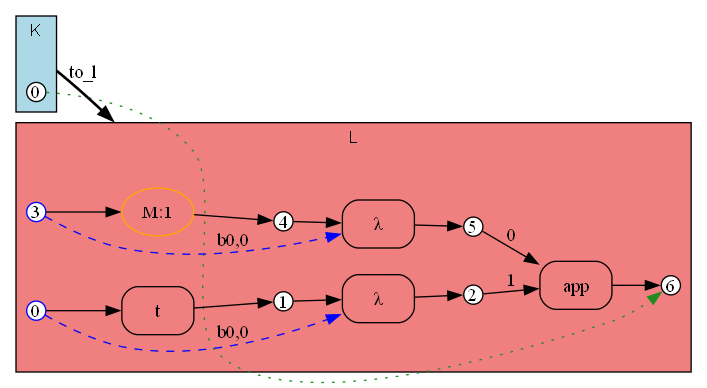
This is crates/bhyp/images/test_example_beta_rule_instance_v_to_lambda_x_tx/instantiated_rule_span_to_l.png from ammatsui/bhypvis, a Graphviz export, as it was before one commit. Its source is kept beside it as crates/bhyp/images/test_example_beta_rule_instance_v_to_lambda_x_tx/instantiated_rule_span_to_l.dot.
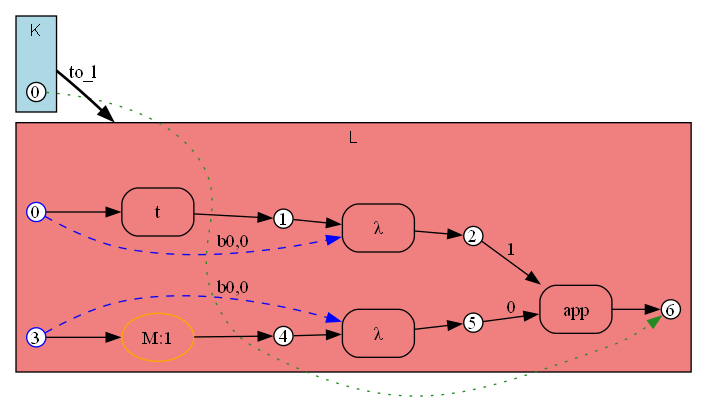
After the change.

What changed in the source:
```diff
@@ -24,30 +24,30 @@
     fontsize=12;
 
     cod_n1 [label="1", shape=circle, style=filled, fillcolor=white, color="black", width=0.2, height=0.2, fixedsize=true];
+    cod_n2 [label="2", shape=circle, style=filled, fillcolor=white, color="black", width=0.2, height=0.2, fixedsize=true];
+    cod_n4 [label="4", shape=circle, style=filled, fillcolor=white, color="black", width=0.2, height=0.2, fixedsize=true];
+    cod_n3 [label="3", shape=circle, style=filled, fillcolor=white, color="blue", width=0.2, height=0.2, fixedsize=true];
+    cod_n0 [label="0", shape=circle, style=filled, fillcolor=white, color="blue", width=0.2, height=0.2, fixedsize=true];
     cod_n6 [label="6", shape=circle, style=filled, fillcolor=white, color="black", width=0.2, height=0.2, fixedsize=true];
-    cod_n0 [label="0", shape=circle, style=filled, fillcolor=white, color="blue", width=0.2, height=0.2, fixedsize=true];
-    cod_n4 [label="4", shape=circle, style=filled, fillcolor=white, color="black", width=0.2, height=0.2, fixedsize=true];
-    cod_n2 [label="2", shape=circle, style=filled, fillcolor=white, color="black", width=0.2, height=0.2, fixedsize=true];
-    cod_n3 [label="3", shape=circle, style=filled, fillcolor=white, color="blue", width=0.2, height=0.2, fixedsize=true];
     cod_n5 [label="5", shape=circle, style=filled, fillcolor=white, color="black", width=0.2, height=0.2, fixedsize=true];
+    cod_e4 [label="app", shape=box, style=rounded, color="black"];
+    cod_e2 [label="M:1", shape=ellipse, style=rounded, color="orange"];
+    cod_e1 [label="λ", shape=box, style=rounded, color="black"];
+    cod_e0 [label="t", shape=box, style=rounded, color="black"];
     cod_e3 [label="λ", shape=box, style=rounded, color="black"];
-    cod_e4 [label="app", shape=box, style=rounded, color="black"];
-    cod_e1 [label="λ", shape=box, style=rounded, color="black"];
-    cod_e2 [label="M:1", shape=ellipse, style=rounded, color="orange"];
-    cod_e0 [label="t", shape=box, style=rounded, color="black"];
+    cod_n5 -> cod_e4 [label="0"];
+    cod_n2 -> cod_e4 [label="1"];
+    cod_e4 -> cod_n6 [label=""];
+    cod_n3 -> cod_e2 [label=""];
+    cod_e2 -> cod_n4 [label=""];
+    cod_n1 -> cod_e1 [label=""];
+    cod_n0 -> cod_e1 [style=dashed, color="blue", constraint=false, label="b0,0"];
+    cod_e1 -> cod_n2 [label=""];
+    cod_n0 -> cod_e0 [label=""];
+    cod_e0 -> cod_n1 [label=""];
     cod_n4 -> cod_e3 [label=""];
     cod_n3 -> cod_e3 [style=dashed, color="blue", constraint=false, label="b0,0"];
     cod_e3 -> cod_n5 [label=""];
-    cod_n5 -> cod_e4 [label="0"];
-    cod_n2 -> cod_e4 [label="1"];
-    cod_e4 -> cod_n6 [label=""];
-    cod_n1 -> cod_e1 [label=""];
-    cod_n0 -> cod_e1 [style=dashed, color="blue", constraint=false, label="b0,0"];
-    cod_e1 -> cod_n2 [label=""];
-    cod_n3 -> cod_e2 [label=""];
-    cod_e2 -> cod_n4 [label=""];
-    cod_n0 -> cod_e0 [label=""];
-    cod_e0 -> cod_n1 [label=""];
     cod_anchor [shape=point, width=0, height=0, style=invis];
   }
 
```
